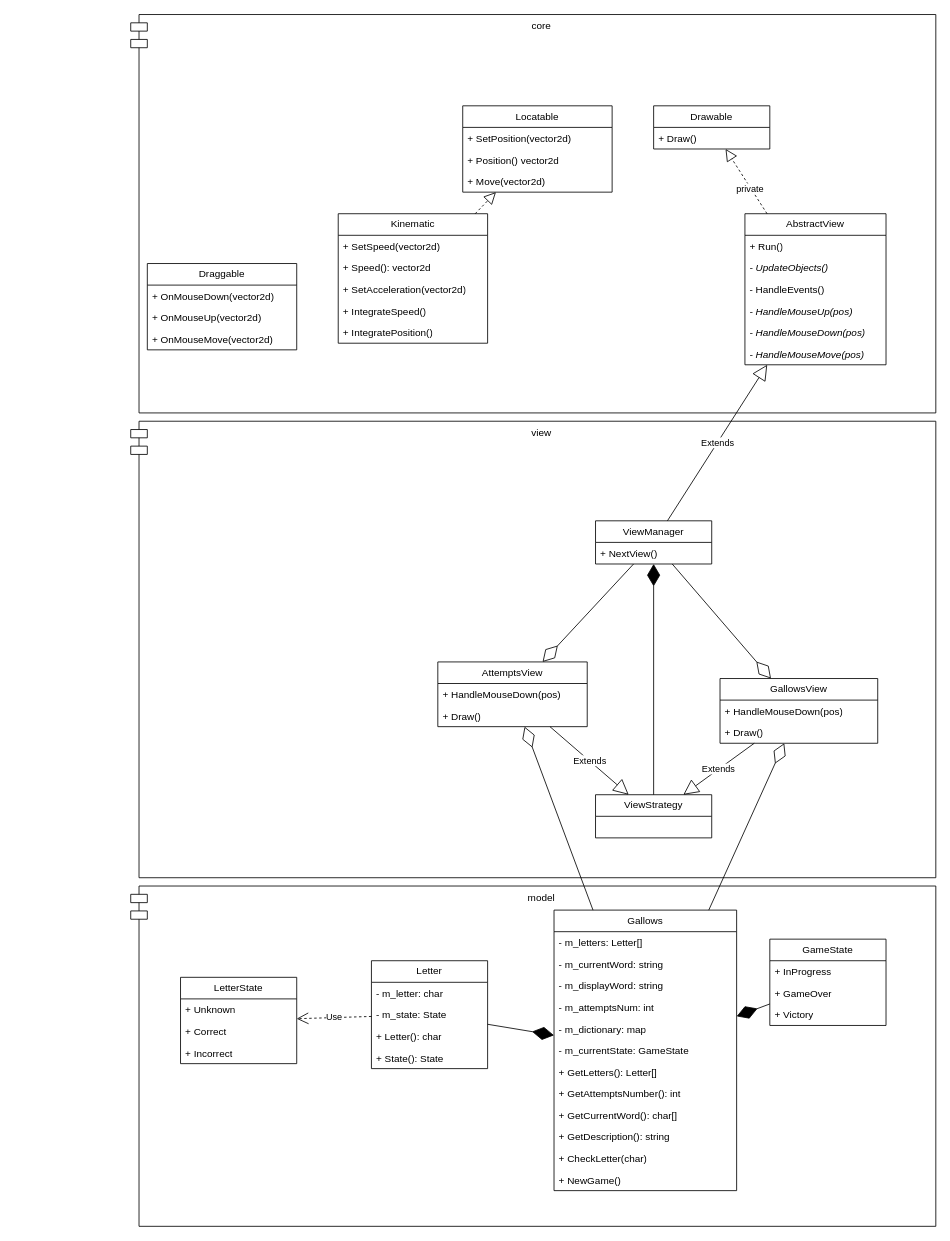
Earlier version of the draw.io diagram labs/lab1/gallows/gallows.drawio (Depiflaks/CG). Source tidied: cells renumbered, new cells numbered last; positions are measured from the earlier drawing's top-left corner, leaving out a move shared by most shapes. Both pictures are drawn from the tidied source at 83%, with x=0, y=0 at pixel (130, 14).
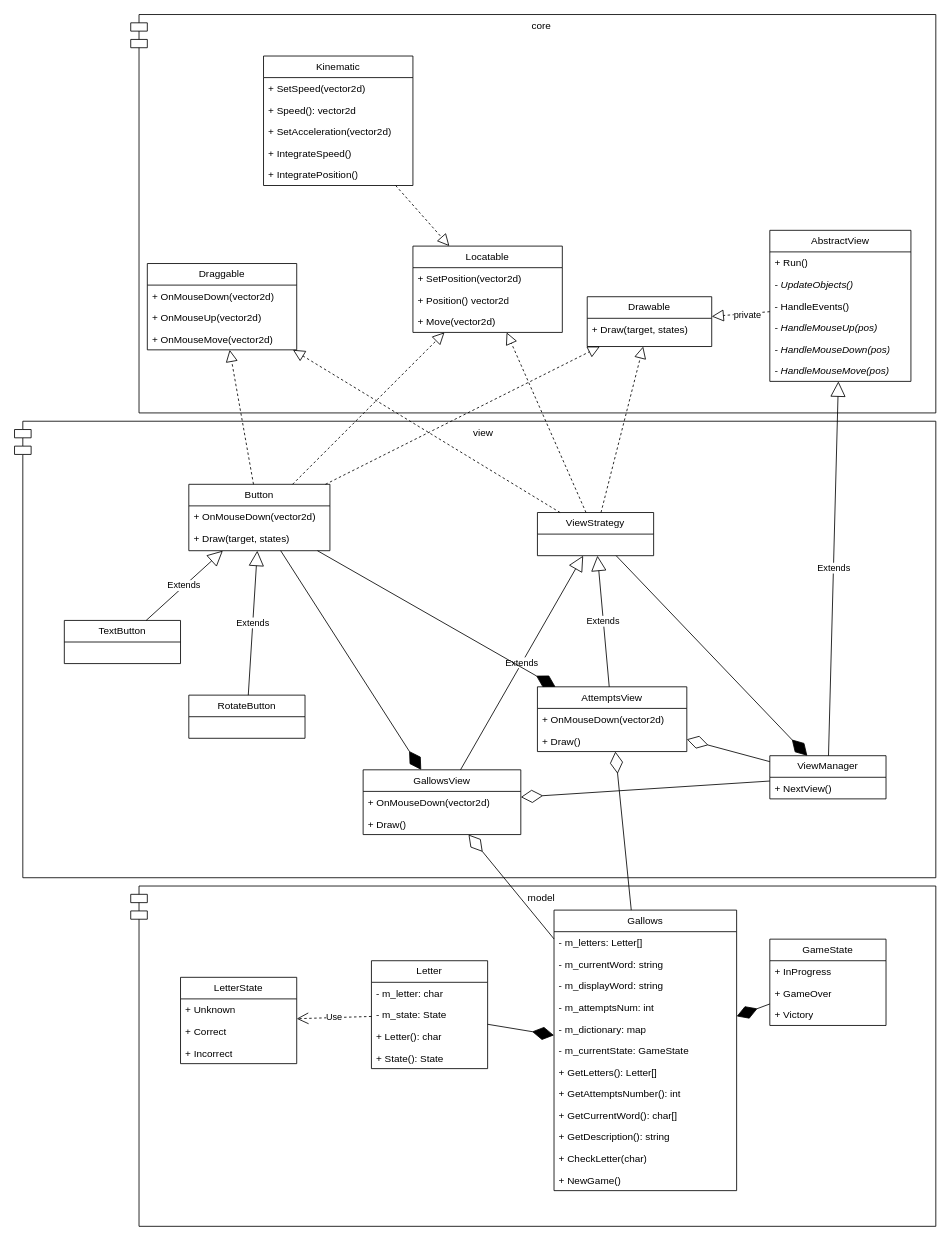
The same page after the edit.

Unchanged cells that the change refers to:
```xml
<mxCell id="16" value="Draggable" style="swimlane;fontStyle=0;horizontal=1;startSize=26;fillColor=none;whiteSpace=wrap;html=1;" parent="1" vertex="1">
  <mxGeometry x="20" y="300" width="180" height="104" as="geometry" />
</mxCell>
```

The edit, as a diff of the source:
```diff
@@
     <mxCell id="3" value="Drawable" style="swimlane;fontStyle=0;horizontal=1;startSize=26;fillColor=none;whiteSpace=wrap;html=1;" parent="1" vertex="1">
-      <mxGeometry x="630" y="110" width="140" height="52" as="geometry" />
+      <mxGeometry x="550" y="340" width="150" height="60" as="geometry" />
     </mxCell>
-    <mxCell id="4" value="+ Draw()" style="text;strokeColor=none;fillColor=none;align=left;verticalAlign=top;spacingLeft=4;spacingRight=4;overflow=hidden;whiteSpace=wrap;html=1;" parent="3" vertex="1">
-      <mxGeometry y="26" width="140" height="26" as="geometry" />
+    <mxCell id="4" value="+ Draw(target, states)" style="text;strokeColor=none;fillColor=none;align=left;verticalAlign=top;spacingLeft=4;spacingRight=4;overflow=hidden;whiteSpace=wrap;html=1;" parent="3" vertex="1">
+      <mxGeometry y="26" width="150" height="34" as="geometry" />
     </mxCell>
     <mxCell id="5" value="Locatable" style="swimlane;fontStyle=0;horizontal=1;startSize=26;fillColor=none;whiteSpace=wrap;html=1;" parent="1" vertex="1">
-      <mxGeometry x="400" y="110" width="180" height="104" as="geometry" />
+      <mxGeometry x="340" y="279" width="180" height="104" as="geometry" />
     </mxCell>
@@
     <mxCell id="9" value="Kinematic" style="swimlane;fontStyle=0;horizontal=1;startSize=26;fillColor=none;whiteSpace=wrap;html=1;" parent="1" vertex="1">
-      <mxGeometry x="250" y="240" width="180" height="156" as="geometry" />
+      <mxGeometry x="160" y="50" width="180" height="156" as="geometry" />
     </mxCell>
@@
     <mxCell id="20" value="AbstractView" style="swimlane;fontStyle=0;horizontal=1;startSize=26;fillColor=none;whiteSpace=wrap;html=1;" parent="1" vertex="1">
-      <mxGeometry x="740" y="240" width="170" height="182" as="geometry" />
+      <mxGeometry x="770" y="260" width="170" height="182" as="geometry" />
     </mxCell>
@@
     <mxCell id="59" value="view" style="shape=module;align=left;spacingLeft=20;align=center;verticalAlign=top;whiteSpace=wrap;html=1;" parent="1" vertex="1">
-      <mxGeometry y="490" width="970" height="550" as="geometry" />
+      <mxGeometry x="-140" y="490" width="1110" height="550" as="geometry" />
     </mxCell>
     <mxCell id="60" value="ViewManager" style="swimlane;fontStyle=0;horizontal=1;startSize=26;fillColor=none;whiteSpace=wrap;html=1;" parent="1" vertex="1">
-      <mxGeometry x="560" y="610" width="140" height="52" as="geometry" />
+      <mxGeometry x="770" y="893" width="140" height="52" as="geometry" />
     </mxCell>
@@
     <mxCell id="62" value="GallowsView" style="swimlane;fontStyle=0;horizontal=1;startSize=26;fillColor=none;whiteSpace=wrap;html=1;" parent="1" vertex="1">
-      <mxGeometry x="710" y="800" width="190" height="78" as="geometry" />
+      <mxGeometry x="280" y="910" width="190" height="78" as="geometry" />
     </mxCell>
-    <mxCell id="63" value="+ HandleMouseDown(pos)" style="text;strokeColor=none;fillColor=none;align=left;verticalAlign=top;spacingLeft=4;spacingRight=4;overflow=hidden;whiteSpace=wrap;html=1;fontStyle=0;" parent="62" vertex="1">
-      <mxGeometry y="26" width="190" height="26" as="geometry" />
-    </mxCell>
+    <mxCell id="77" value="+ OnMouseDown(vector2d)" style="text;strokeColor=none;fillColor=none;align=left;verticalAlign=top;spacingLeft=4;spacingRight=4;overflow=hidden;whiteSpace=wrap;html=1;" parent="62" vertex="1">
+      <mxGeometry y="26" width="190" height="26" as="geometry" />
+    </mxCell>
@@
     <mxCell id="65" value="AttemptsView" style="swimlane;fontStyle=0;horizontal=1;startSize=26;fillColor=none;whiteSpace=wrap;html=1;" parent="1" vertex="1">
-      <mxGeometry x="370" y="780" width="180" height="78" as="geometry" />
+      <mxGeometry x="490" y="810" width="180" height="78" as="geometry" />
     </mxCell>
-    <mxCell id="66" value="+ HandleMouseDown(pos)" style="text;strokeColor=none;fillColor=none;align=left;verticalAlign=top;spacingLeft=4;spacingRight=4;overflow=hidden;whiteSpace=wrap;html=1;fontStyle=0;" parent="65" vertex="1">
-      <mxGeometry y="26" width="180" height="26" as="geometry" />
-    </mxCell>
+    <mxCell id="78" value="+ OnMouseDown(vector2d)" style="text;strokeColor=none;fillColor=none;align=left;verticalAlign=top;spacingLeft=4;spacingRight=4;overflow=hidden;whiteSpace=wrap;html=1;" parent="65" vertex="1">
+      <mxGeometry y="26" width="180" height="26" as="geometry" />
+    </mxCell>
@@
     <mxCell id="68" value="ViewStrategy" style="swimlane;fontStyle=0;horizontal=1;startSize=26;fillColor=none;whiteSpace=wrap;html=1;" parent="1" vertex="1">
-      <mxGeometry x="560" y="940" width="140" height="52" as="geometry" />
+      <mxGeometry x="490" y="600" width="140" height="52" as="geometry" />
     </mxCell>
@@
+    <mxCell id="79" style="endArrow=block;dashed=1;endFill=0;endSize=12;html=1;rounded=0;" parent="1" edge="1" source="68" target="3">
+      <mxGeometry relative="1" as="geometry" />
+    </mxCell>
+    <mxCell id="80" style="endArrow=block;dashed=1;endFill=0;endSize=12;html=1;rounded=0;" parent="1" edge="1" source="68" target="5">
+      <mxGeometry relative="1" as="geometry" />
+    </mxCell>
+    <mxCell id="81" style="endArrow=block;dashed=1;endFill=0;endSize=12;html=1;rounded=0;" parent="1" edge="1" source="68" target="16">
+      <mxGeometry relative="1" as="geometry" />
+    </mxCell>
+    <mxCell id="82" value="TextButton" style="swimlane;fontStyle=0;horizontal=1;startSize=26;fillColor=none;whiteSpace=wrap;html=1;" parent="1" vertex="1">
+      <mxGeometry x="-80" y="730" width="140" height="52" as="geometry" />
+    </mxCell>
+    <mxCell id="83" value="Button" style="swimlane;fontStyle=0;horizontal=1;startSize=26;fillColor=none;whiteSpace=wrap;html=1;" parent="1" vertex="1">
+      <mxGeometry x="70" y="566" width="170" height="80" as="geometry" />
+    </mxCell>
+    <mxCell id="84" value="+ OnMouseDown(vector2d)" style="text;strokeColor=none;fillColor=none;align=left;verticalAlign=top;spacingLeft=4;spacingRight=4;overflow=hidden;whiteSpace=wrap;html=1;" parent="83" vertex="1">
+      <mxGeometry y="26" width="170" height="26" as="geometry" />
+    </mxCell>
+    <mxCell id="85" value="+ Draw(target, states)" style="text;strokeColor=none;fillColor=none;align=left;verticalAlign=top;spacingLeft=4;spacingRight=4;overflow=hidden;whiteSpace=wrap;html=1;" parent="83" vertex="1">
+      <mxGeometry y="52" width="170" height="28" as="geometry" />
+    </mxCell>
+    <mxCell id="86" value="RotateButton" style="swimlane;fontStyle=0;horizontal=1;startSize=26;fillColor=none;whiteSpace=wrap;html=1;" parent="1" vertex="1">
+      <mxGeometry x="70" y="820" width="140" height="52" as="geometry" />
+    </mxCell>
+    <mxCell id="87" value="Extends" style="endArrow=block;endSize=16;endFill=0;html=1;rounded=0;" parent="1" edge="1" source="86" target="83">
+      <mxGeometry relative="1" as="geometry" />
+    </mxCell>
+    <mxCell id="88" value="Extends" style="endArrow=block;endSize=16;endFill=0;html=1;rounded=0;" parent="1" edge="1" source="82" target="83">
+      <mxGeometry relative="1" as="geometry" />
+    </mxCell>
+    <mxCell id="89" style="endArrow=block;dashed=1;endFill=0;endSize=12;html=1;rounded=0;" parent="1" edge="1" source="83" target="16">
+      <mxGeometry relative="1" as="geometry" />
+    </mxCell>
+    <mxCell id="90" style="endArrow=block;dashed=1;endFill=0;endSize=12;html=1;rounded=0;" parent="1" edge="1" source="83" target="3">
+      <mxGeometry relative="1" as="geometry" />
+    </mxCell>
+    <mxCell id="91" style="endArrow=block;dashed=1;endFill=0;endSize=12;html=1;rounded=0;" parent="1" edge="1" source="83" target="5">
+      <mxGeometry relative="1" as="geometry" />
+    </mxCell>
+    <mxCell id="92" style="endArrow=diamondThin;endFill=1;endSize=24;html=1;rounded=0;" parent="1" edge="1" source="83" target="65">
+      <mxGeometry relative="1" as="geometry" />
+    </mxCell>
+    <mxCell id="93" style="endArrow=diamondThin;endFill=1;endSize=24;html=1;rounded=0;" parent="1" edge="1" source="83" target="62">
+      <mxGeometry relative="1" as="geometry" />
+    </mxCell>
```
